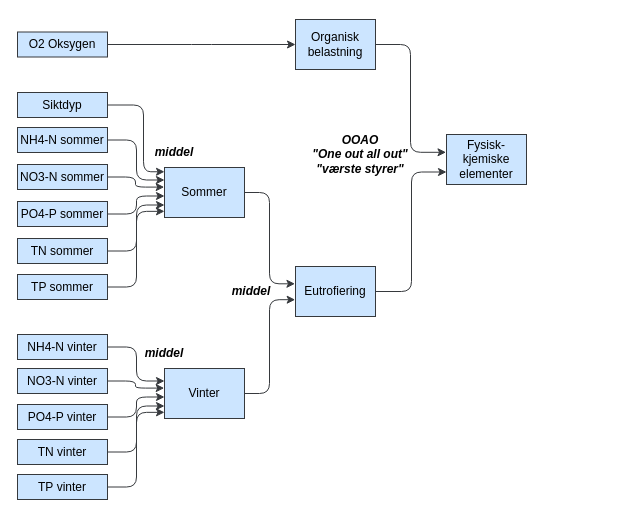
This is martini4.drawio from ciaran-dk/flowchart, a draw.io file, before an edit. Source tidied: cells renumbered, new cells numbered last; positions are measured from the earlier drawing's top-left corner, leaving out a move shared by most shapes. Both pictures are drawn from the tidied source at 100%, with x=0, y=0 at pixel (17, 19).
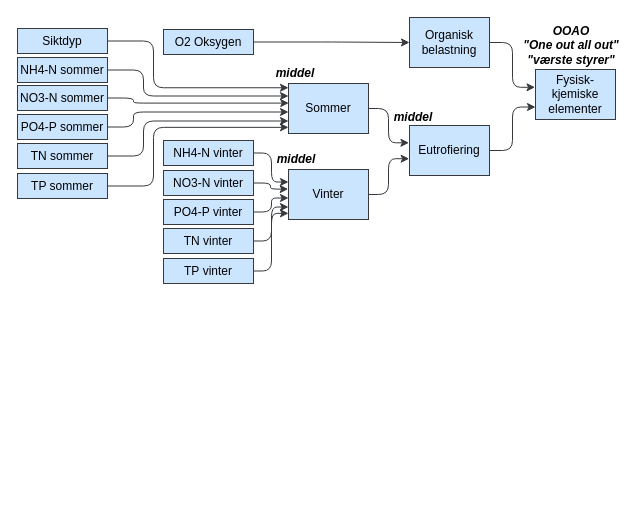
Above is the later version.

Diff of the diagram source:
```diff
@@
     <mxCell id="2" value="Fysisk-kjemiske elementer" style="whiteSpace=wrap;html=1;labelBackgroundColor=none;fillColor=#cce5ff;strokeColor=#36393d;fontColor=#000000;" parent="1" vertex="1">
-      <mxGeometry x="429" y="115" width="80" height="50" as="geometry" />
+      <mxGeometry x="518" y="50" width="80" height="50" as="geometry" />
     </mxCell>
@@
     <mxCell id="4" value="Sommer" style="whiteSpace=wrap;html=1;labelBackgroundColor=none;fillColor=#cce5ff;strokeColor=#36393d;fontColor=#000000;" parent="1" vertex="1">
-      <mxGeometry x="147" y="148" width="80" height="50" as="geometry" />
+      <mxGeometry x="271" y="64" width="80" height="50" as="geometry" />
     </mxCell>
@@
     <mxCell id="6" value="NH4-N sommer" style="whiteSpace=wrap;html=1;labelBackgroundColor=none;fillColor=#cce5ff;strokeColor=#36393d;fontColor=#000000;" parent="1" vertex="1">
-      <mxGeometry y="108" width="90" height="25" as="geometry" />
+      <mxGeometry y="38" width="90" height="25" as="geometry" />
     </mxCell>
     <mxCell id="7" style="edgeStyle=elbowEdgeStyle;elbow=horizontal;html=1;rounded=1;curved=0;sourcePerimeterSpacing=0;targetPerimeterSpacing=0;startSize=6;endSize=6;labelBackgroundColor=none;fontColor=#000000;fillColor=#cce5ff;strokeColor=#36393d;entryX=0;entryY=0.25;entryDx=0;entryDy=0;exitX=1;exitY=0.5;exitDx=0;exitDy=0;" parent="1" edge="1" source="6" target="4">
-      <mxGeometry relative="1" as="geometry" />
+      <mxGeometry relative="1" as="geometry">
+        <Array as="points">
+          <mxPoint x="126" y="63" />
+        </Array>
+      </mxGeometry>
     </mxCell>
     <mxCell id="8" value="Siktdyp" style="whiteSpace=wrap;html=1;labelBackgroundColor=none;fillColor=#cce5ff;strokeColor=#36393d;fontColor=#000000;" parent="1" vertex="1">
-      <mxGeometry y="73" width="90" height="25" as="geometry" />
+      <mxGeometry y="9" width="90" height="25" as="geometry" />
     </mxCell>
     <mxCell id="9" style="edgeStyle=elbowEdgeStyle;elbow=horizontal;html=1;rounded=1;curved=0;sourcePerimeterSpacing=0;targetPerimeterSpacing=0;startSize=6;endSize=6;entryX=0;entryY=0.085;entryDx=0;entryDy=0;labelBackgroundColor=none;fontColor=#000000;fillColor=#cce5ff;strokeColor=#36393d;entryPerimeter=0;" parent="1" edge="1" source="8" target="4">
       <mxGeometry relative="1" as="geometry">
         <Array as="points">
-          <mxPoint x="126" y="116" />
+          <mxPoint x="136" y="53" />
         </Array>
       </mxGeometry>
     </mxCell>
     <mxCell id="10" value="&lt;div&gt;Organisk&lt;/div&gt;&lt;div&gt;belastning&lt;/div&gt;" style="whiteSpace=wrap;html=1;labelBackgroundColor=none;fillColor=#cce5ff;strokeColor=#36393d;fontColor=#000000;" parent="1" vertex="1">
-      <mxGeometry x="278" width="80" height="50" as="geometry" />
+      <mxGeometry x="392" y="-2" width="80" height="50" as="geometry" />
     </mxCell>
@@
     <mxCell id="12" value="O2 Oksygen" style="whiteSpace=wrap;html=1;labelBackgroundColor=none;fillColor=#cce5ff;strokeColor=#36393d;fontColor=#000000;" parent="1" vertex="1">
-      <mxGeometry y="12.5" width="90" height="25" as="geometry" />
+      <mxGeometry x="146" y="10" width="90" height="25" as="geometry" />
     </mxCell>
@@
     <mxCell id="14" value="NO3-N sommer" style="whiteSpace=wrap;html=1;labelBackgroundColor=none;fillColor=#cce5ff;strokeColor=#36393d;fontColor=#000000;" parent="1" vertex="1">
-      <mxGeometry y="145" width="90" height="25" as="geometry" />
+      <mxGeometry y="66" width="90" height="25" as="geometry" />
     </mxCell>
-    <mxCell id="15" style="edgeStyle=elbowEdgeStyle;elbow=horizontal;html=1;rounded=1;curved=0;sourcePerimeterSpacing=0;targetPerimeterSpacing=0;startSize=6;endSize=6;entryX=-0.004;entryY=0.392;entryDx=0;entryDy=0;labelBackgroundColor=none;fontColor=#000000;fillColor=#cce5ff;strokeColor=#36393d;entryPerimeter=0;" parent="1" edge="1" source="14" target="4">
-      <mxGeometry relative="1" as="geometry" />
+    <mxCell id="15" style="edgeStyle=elbowEdgeStyle;elbow=horizontal;html=1;rounded=1;curved=0;sourcePerimeterSpacing=0;targetPerimeterSpacing=0;startSize=6;endSize=6;labelBackgroundColor=none;fontColor=#000000;fillColor=#cce5ff;strokeColor=#36393d;exitX=1;exitY=0.5;exitDx=0;exitDy=0;entryX=0.003;entryY=0.392;entryDx=0;entryDy=0;entryPerimeter=0;" parent="1" edge="1" source="14" target="4">
+      <mxGeometry relative="1" as="geometry">
+        <Array as="points">
+          <mxPoint x="116" y="103" />
+        </Array>
+      </mxGeometry>
     </mxCell>
     <mxCell id="16" value="&lt;div&gt;OOAO&lt;/div&gt;&lt;div&gt;&quot;One out all out&quot;&lt;/div&gt;&lt;div&gt;&quot;værste styrer&quot;&lt;/div&gt;" style="text;html=1;align=center;verticalAlign=middle;whiteSpace=wrap;rounded=0;fontColor=#000000;fontStyle=3;" parent="1" vertex="1">
-      <mxGeometry x="273" y="120" width="140" height="30" as="geometry" />
+      <mxGeometry x="499" y="11" width="110" height="30" as="geometry" />
     </mxCell>
     <mxCell id="17" style="edgeStyle=elbowEdgeStyle;elbow=horizontal;html=1;rounded=1;curved=0;sourcePerimeterSpacing=0;targetPerimeterSpacing=0;startSize=6;endSize=6;entryX=0;entryY=0.57;entryDx=0;entryDy=0;labelBackgroundColor=none;fontColor=#000000;fillColor=#cce5ff;strokeColor=#36393d;entryPerimeter=0;exitX=1;exitY=0.5;exitDx=0;exitDy=0;" parent="1" edge="1" source="18" target="4">
-      <mxGeometry relative="1" as="geometry" />
+      <mxGeometry relative="1" as="geometry">
+        <Array as="points">
+          <mxPoint x="116" y="103" />
+        </Array>
+      </mxGeometry>
     </mxCell>
     <mxCell id="18" value="PO4-P sommer" style="whiteSpace=wrap;html=1;labelBackgroundColor=none;fillColor=#cce5ff;strokeColor=#36393d;fontColor=#000000;" parent="1" vertex="1">
-      <mxGeometry y="182" width="90" height="25" as="geometry" />
+      <mxGeometry y="95" width="90" height="25" as="geometry" />
     </mxCell>
     <mxCell id="19" value="TN sommer" style="whiteSpace=wrap;html=1;labelBackgroundColor=none;fillColor=#cce5ff;strokeColor=#36393d;fontColor=#000000;" parent="1" vertex="1">
-      <mxGeometry y="219" width="90" height="25" as="geometry" />
+      <mxGeometry y="124" width="90" height="25" as="geometry" />
     </mxCell>
     <mxCell id="20" style="edgeStyle=elbowEdgeStyle;elbow=horizontal;html=1;rounded=1;curved=0;sourcePerimeterSpacing=0;targetPerimeterSpacing=0;startSize=6;endSize=6;entryX=0;entryY=0.75;entryDx=0;entryDy=0;labelBackgroundColor=none;fontColor=#000000;fillColor=#cce5ff;strokeColor=#36393d;exitX=1;exitY=0.5;exitDx=0;exitDy=0;" parent="1" edge="1" source="19" target="4">
-      <mxGeometry relative="1" as="geometry" />
+      <mxGeometry relative="1" as="geometry">
+        <Array as="points">
+          <mxPoint x="126" y="113" />
+        </Array>
+      </mxGeometry>
     </mxCell>
     <mxCell id="21" value="TP sommer" style="whiteSpace=wrap;html=1;labelBackgroundColor=none;fillColor=#cce5ff;strokeColor=#36393d;fontColor=#000000;" parent="1" vertex="1">
-      <mxGeometry y="255" width="90" height="25" as="geometry" />
+      <mxGeometry y="154" width="90" height="25" as="geometry" />
     </mxCell>
     <mxCell id="22" style="edgeStyle=elbowEdgeStyle;elbow=horizontal;html=1;rounded=1;curved=0;sourcePerimeterSpacing=0;targetPerimeterSpacing=0;startSize=6;endSize=6;entryX=0;entryY=0.877;entryDx=0;entryDy=0;labelBackgroundColor=none;fontColor=#000000;fillColor=#cce5ff;strokeColor=#36393d;entryPerimeter=0;exitX=1;exitY=0.5;exitDx=0;exitDy=0;" parent="1" edge="1" source="21" target="4">
-      <mxGeometry relative="1" as="geometry" />
+      <mxGeometry relative="1" as="geometry">
+        <Array as="points">
+          <mxPoint x="136" y="133" />
+        </Array>
+      </mxGeometry>
     </mxCell>
     <mxCell id="23" value="&lt;div&gt;Vinter&lt;/div&gt;" style="whiteSpace=wrap;html=1;labelBackgroundColor=none;fillColor=#cce5ff;strokeColor=#36393d;fontColor=#000000;" parent="1" vertex="1">
-      <mxGeometry x="147" y="349" width="80" height="50" as="geometry" />
+      <mxGeometry x="271" y="150" width="80" height="50" as="geometry" />
     </mxCell>
@@
     <mxCell id="25" value="NH4-N vinter" style="whiteSpace=wrap;html=1;labelBackgroundColor=none;fillColor=#cce5ff;strokeColor=#36393d;fontColor=#000000;" parent="1" vertex="1">
-      <mxGeometry y="315" width="90" height="25" as="geometry" />
+      <mxGeometry x="146" y="121" width="90" height="25" as="geometry" />
     </mxCell>
@@
     <mxCell id="27" value="NO3-N&amp;nbsp;vinter" style="whiteSpace=wrap;html=1;labelBackgroundColor=none;fillColor=#cce5ff;strokeColor=#36393d;fontColor=#000000;" parent="1" vertex="1">
-      <mxGeometry y="349" width="90" height="25" as="geometry" />
+      <mxGeometry x="146" y="151" width="90" height="25" as="geometry" />
     </mxCell>
@@
     <mxCell id="30" value="PO4-P&amp;nbsp;vinter" style="whiteSpace=wrap;html=1;labelBackgroundColor=none;fillColor=#cce5ff;strokeColor=#36393d;fontColor=#000000;" parent="1" vertex="1">
-      <mxGeometry y="385" width="90" height="25" as="geometry" />
+      <mxGeometry x="146" y="180" width="90" height="25" as="geometry" />
     </mxCell>
     <mxCell id="31" value="TN&amp;nbsp;vinter" style="whiteSpace=wrap;html=1;labelBackgroundColor=none;fillColor=#cce5ff;strokeColor=#36393d;fontColor=#000000;" parent="1" vertex="1">
-      <mxGeometry y="420" width="90" height="25" as="geometry" />
+      <mxGeometry x="146" y="209" width="90" height="25" as="geometry" />
     </mxCell>
@@
     <mxCell id="33" value="TP&amp;nbsp;vinter" style="whiteSpace=wrap;html=1;labelBackgroundColor=none;fillColor=#cce5ff;strokeColor=#36393d;fontColor=#000000;" parent="1" vertex="1">
-      <mxGeometry y="455" width="90" height="25" as="geometry" />
+      <mxGeometry x="146" y="239" width="90" height="25" as="geometry" />
     </mxCell>
@@
     <mxCell id="35" value="Eutrofiering" style="whiteSpace=wrap;html=1;labelBackgroundColor=none;fillColor=#cce5ff;strokeColor=#36393d;fontColor=#000000;" parent="1" vertex="1">
-      <mxGeometry x="278" y="247" width="80" height="50" as="geometry" />
+      <mxGeometry x="392" y="106" width="80" height="50" as="geometry" />
     </mxCell>
     <mxCell id="36" value="middel" style="text;html=1;align=center;verticalAlign=middle;whiteSpace=wrap;rounded=0;fontColor=#000000;fontStyle=3;" parent="1" vertex="1">
-      <mxGeometry x="204" y="256.5" width="60" height="30" as="geometry" />
+      <mxGeometry x="366" y="83" width="60" height="30" as="geometry" />
     </mxCell>
     <mxCell id="37" value="middel" style="text;html=1;align=center;verticalAlign=middle;whiteSpace=wrap;rounded=0;fontColor=#000000;fontStyle=3;" parent="1" vertex="1">
-      <mxGeometry x="117" y="319" width="60" height="30" as="geometry" />
+      <mxGeometry x="249" y="125" width="60" height="30" as="geometry" />
     </mxCell>
     <mxCell id="38" value="middel" style="text;html=1;align=center;verticalAlign=middle;whiteSpace=wrap;rounded=0;fontColor=#000000;fontStyle=3;" parent="1" vertex="1">
-      <mxGeometry x="127" y="118" width="60" height="30" as="geometry" />
+      <mxGeometry x="248" y="39" width="60" height="30" as="geometry" />
     </mxCell>
```
